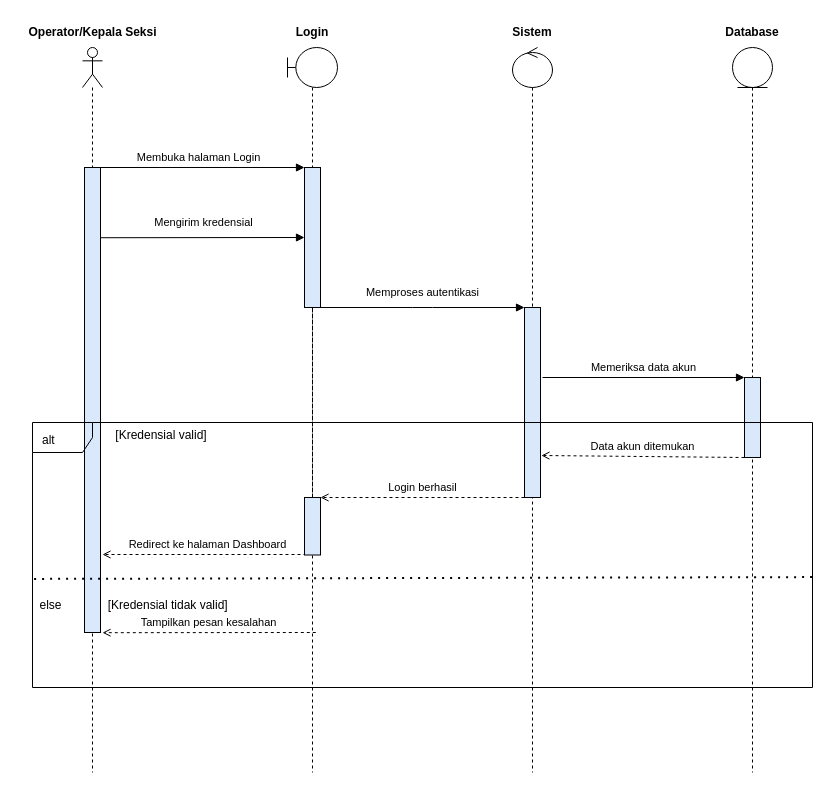
Earlier version of the draw.io diagram page "login" (1 of 18) of diagram/sequence_diagram/sequence_rad_revised_petugas_updated.drawio (gdamar/laporan-ekinerja). Source tidied: cells renumbered, new cells numbered last; positions are measured from the earlier drawing's top-left corner, leaving out a move shared by most shapes. Both pictures are drawn from the tidied source at 100%, with x=0, y=0 at pixel (16, 17).
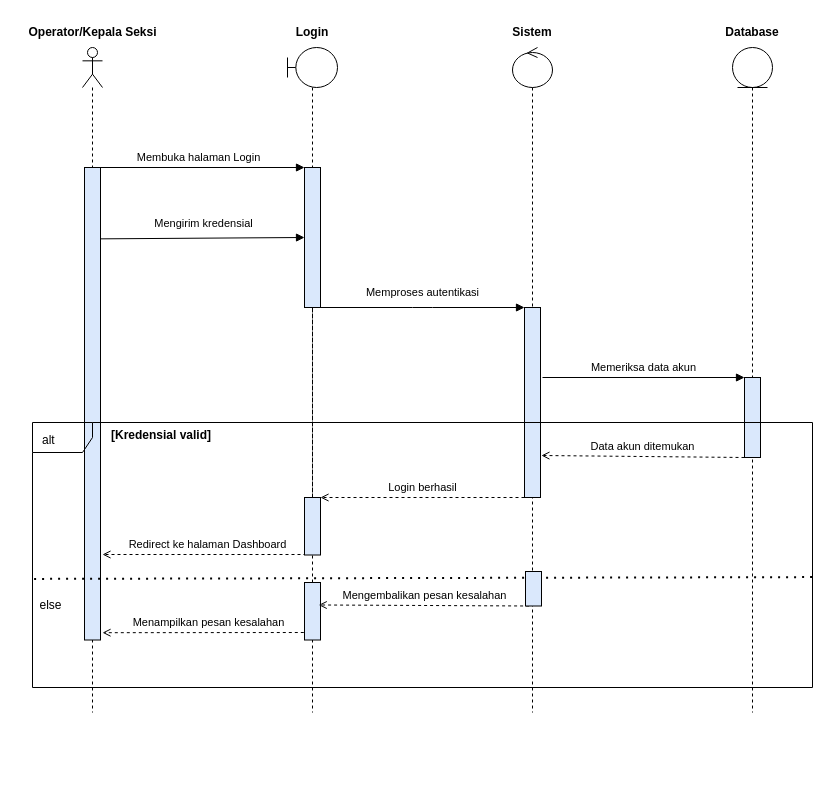
The same diagram, later.

Commit message:
renaming pages

Unchanged cells that the change refers to:
```xml
<mxCell id="13" value="alt" style="shape=umlFrame;whiteSpace=wrap;html=1;fillColor=none;strokeColor=#000000;fontColor=#000000;boundedLbl=1;verticalAlign=top;align=left;spacingLeft=8;spacingTop=4;" parent="1" vertex="1">
  <mxGeometry x="16" y="405" width="780" height="265" as="geometry" />
</mxCell>
```

Diff of the diagram source:
```diff
@@
     <mxCell id="2" style="shape=umlLifeline;perimeter=lifelinePerimeter;whiteSpace=wrap;html=1;newEdgeStyle={&quot;edgeStyle&quot;:&quot;sequenceEdgeStyle&quot;,&quot;libavoidRouting&quot;:0,&quot;curved&quot;:0,&quot;rounded&quot;:0};participant=umlActor;" parent="1" vertex="1">
-      <mxGeometry x="66" y="30" width="20" height="725" as="geometry" />
+      <mxGeometry x="66" y="30" width="20" height="665" as="geometry" />
     </mxCell>
@@
     <mxCell id="4" style="shape=umlLifeline;perimeter=lifelinePerimeter;whiteSpace=wrap;html=1;newEdgeStyle={&quot;edgeStyle&quot;:&quot;sequenceEdgeStyle&quot;,&quot;libavoidRouting&quot;:0,&quot;curved&quot;:0,&quot;rounded&quot;:0};participant=umlBoundary;" parent="1" vertex="1">
-      <mxGeometry x="271" y="30" width="50" height="725" as="geometry" />
+      <mxGeometry x="271" y="30" width="50" height="665" as="geometry" />
     </mxCell>
@@
     <mxCell id="6" style="shape=umlLifeline;perimeter=lifelinePerimeter;whiteSpace=wrap;html=1;newEdgeStyle={&quot;edgeStyle&quot;:&quot;sequenceEdgeStyle&quot;,&quot;libavoidRouting&quot;:0,&quot;curved&quot;:0,&quot;rounded&quot;:0};participant=umlControl;" parent="1" vertex="1">
-      <mxGeometry x="496" y="30" width="40" height="725" as="geometry" />
+      <mxGeometry x="496" y="30" width="40" height="665" as="geometry" />
     </mxCell>
@@
     <mxCell id="8" style="shape=umlLifeline;perimeter=lifelinePerimeter;whiteSpace=wrap;html=1;newEdgeStyle={&quot;edgeStyle&quot;:&quot;sequenceEdgeStyle&quot;,&quot;libavoidRouting&quot;:0,&quot;curved&quot;:0,&quot;rounded&quot;:0};participant=umlEntity;" parent="1" vertex="1">
-      <mxGeometry x="716" y="30" width="40" height="725" as="geometry" />
+      <mxGeometry x="716" y="30" width="40" height="665" as="geometry" />
     </mxCell>
@@
     <mxCell id="10" style="fillColor=#dae8fc;strokeColor=#000000;opacity=100;" parent="1" vertex="1">
-      <mxGeometry x="68" y="150" width="16" height="465" as="geometry" />
+      <mxGeometry x="68" y="150" width="16" height="472.5" as="geometry" />
     </mxCell>
@@
-    <mxCell id="14" value="&lt;span style=&quot;text-align: left; background-color: transparent;&quot;&gt;&amp;nbsp;[Kredensial tidak valid]&lt;/span&gt;" style="text;html=1;whiteSpace=wrap;strokeColor=none;fillColor=none;align=center;verticalAlign=middle;rounded=0;fontColor=light-dark(#000000,#FFFFFF);" parent="13" vertex="1">
-      <mxGeometry x="70" y="170" width="127.9" height="26.5" as="geometry" />
-    </mxCell>
@@
-    <mxCell id="16" value="&lt;span style=&quot;text-align: left;&quot;&gt;[Kredensial valid]&lt;/span&gt;" style="text;html=1;whiteSpace=wrap;strokeColor=none;fillColor=none;align=center;verticalAlign=middle;rounded=0;fontColor=light-dark(#000000,#FFFFFF);" parent="13" vertex="1">
+    <mxCell id="16" value="&lt;span style=&quot;text-align: left;&quot;&gt;[Kredensial valid]&lt;/span&gt;" style="text;html=1;whiteSpace=wrap;strokeColor=none;fillColor=none;align=center;verticalAlign=middle;rounded=0;fontColor=light-dark(#000000,#FFFFFF);fontStyle=1;" parent="13" vertex="1">
       <mxGeometry x="70" width="117.9" height="26.5" as="geometry" />
     </mxCell>
@@
-    <mxCell id="18" value="Tampilkan pesan kesalahan" style="edgeStyle=none;html=1;dashed=1;strokeColor=#000000;endArrow=open;endFill=0;exitX=0.08;exitY=0.938;exitDx=0;exitDy=0;exitPerimeter=0;" parent="13" edge="1">
+    <mxCell id="18" value="Menampilkan pesan kesalahan" style="edgeStyle=none;html=1;dashed=1;strokeColor=#000000;endArrow=open;endFill=0;exitX=0.08;exitY=0.938;exitDx=0;exitDy=0;exitPerimeter=0;" parent="13" edge="1">
       <mxGeometry y="-10" relative="1" as="geometry">
         <mxPoint x="283.3" y="210" as="sourcePoint" />
         <mxPoint x="70" y="210.2" as="targetPoint" />
       </mxGeometry>
     </mxCell>
@@
+    <mxCell id="29" style="fillColor=#dae8fc;strokeColor=#000000;opacity=100;" parent="13" vertex="1">
+      <mxGeometry x="272" y="160" width="16" height="57.5" as="geometry" />
+    </mxCell>
+    <mxCell id="30" value="Mengembalikan pesan kesalahan" style="edgeStyle=none;html=1;dashed=1;strokeColor=#000000;endArrow=open;endFill=0;exitX=0.08;exitY=0.938;exitDx=0;exitDy=0;exitPerimeter=0;entryX=0.887;entryY=0.391;entryDx=0;entryDy=0;entryPerimeter=0;" parent="13" edge="1" target="29">
+      <mxGeometry y="-10" relative="1" as="geometry">
+        <mxPoint x="496.6" y="183.5" as="sourcePoint" />
+      </mxGeometry>
+    </mxCell>
@@
+    <mxCell id="31" style="fillColor=#dae8fc;strokeColor=#000000;opacity=100;" parent="1" vertex="1">
+      <mxGeometry x="509" y="554" width="16" height="34.5" as="geometry" />
+    </mxCell>
```
